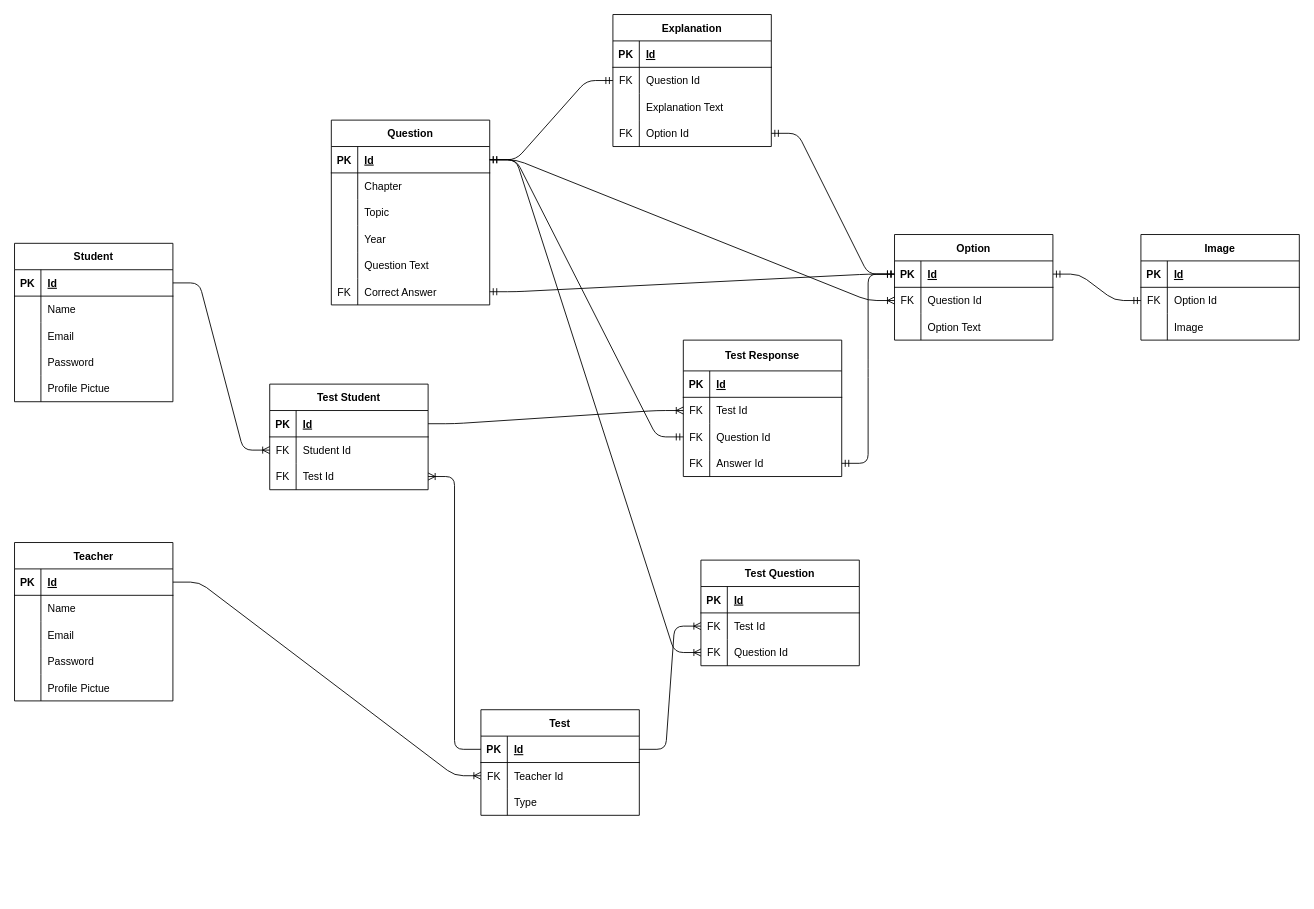
Above: ERDiagram.drawio in yanmyoaung2004/EduTestify (draw.io), before the change. Source tidied: cells renumbered, new cells numbered last; positions are measured from the earlier drawing's top-left corner, leaving out a move shared by most shapes. Both pictures are drawn from the tidied source at 88%, with x=0, y=0 at pixel (14, 14).
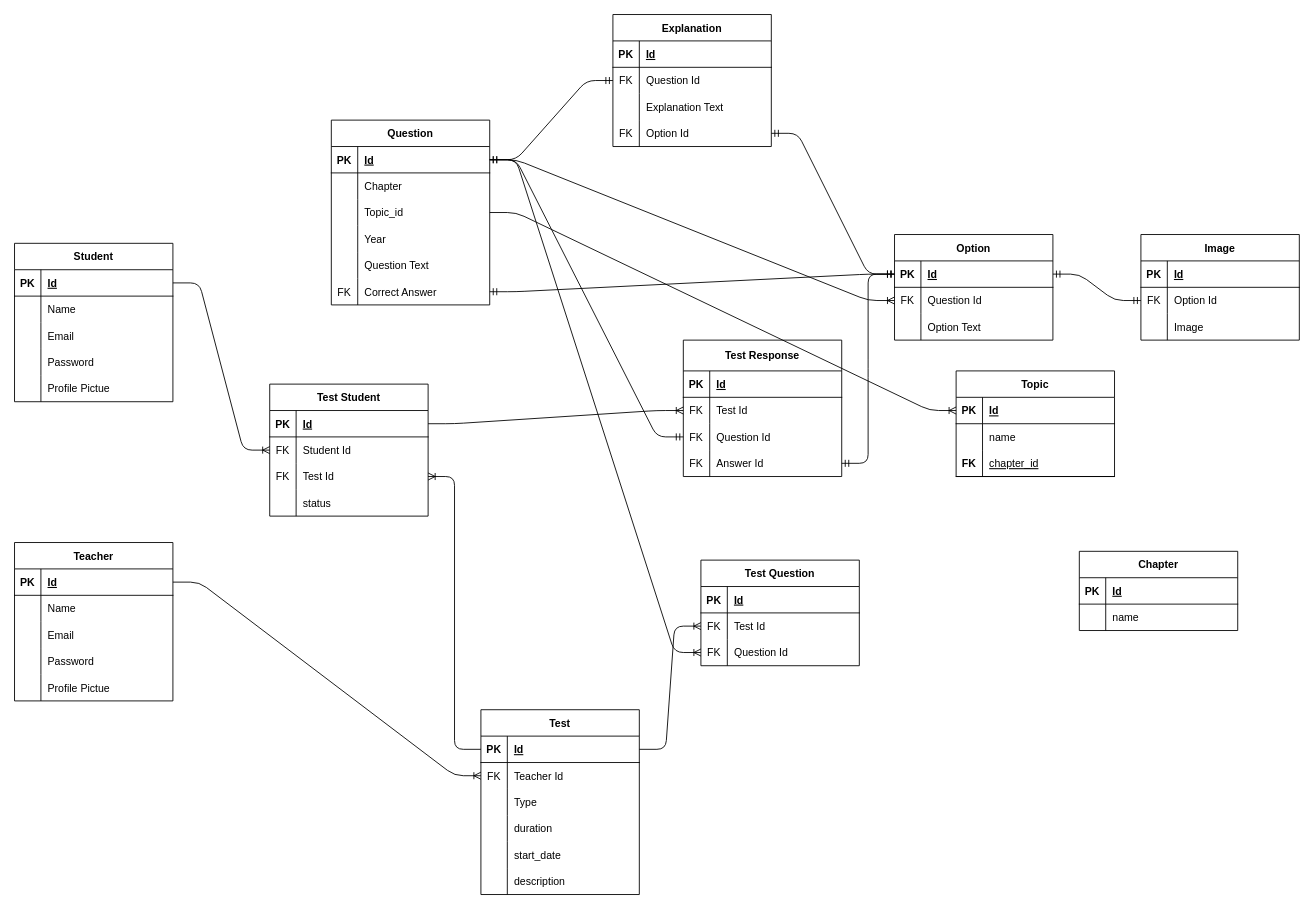
The same diagram, later.

The change refers to these unchanged cells:
```xml
<mxCell id="41" style="shape=tableRow;horizontal=0;startSize=0;swimlaneHead=0;swimlaneBody=0;fillColor=none;points=[[0,0.5],[1,0.5]];portConstraint=eastwest;top=0;left=0;right=0;bottom=0;" parent="34" vertex="1">
  <mxGeometry y="90" width="180" height="30" as="geometry" />
</mxCell>
```

Diff of the diagram source:
```diff
@@
-    <mxCell id="43" value="Topic" style="shape=partialRectangle;fillColor=none;top=0;left=0;bottom=0;right=0;align=left;spacingLeft=6;overflow=hidden;" parent="41" vertex="1">
+    <mxCell id="43" value="Topic_id" style="shape=partialRectangle;fillColor=none;top=0;left=0;bottom=0;right=0;align=left;spacingLeft=6;overflow=hidden;" parent="41" vertex="1">
       <mxGeometry x="30" width="150" height="30" as="geometry" />
     </mxCell>
@@
     <mxCell id="86" value="Test Student" style="shape=table;startSize=30;childLayout=tableLayout;rowLines=0;fontStyle=1;align=center;" parent="1" vertex="1">
-      <mxGeometry x="290" y="420" width="180" height="120" as="geometry" />
+      <mxGeometry x="290" y="420" width="180" height="150" as="geometry" />
     </mxCell>
@@
+    <mxCell id="142" style="shape=tableRow;horizontal=0;startSize=0;swimlaneHead=0;swimlaneBody=0;fillColor=none;top=0;left=0;right=0;bottom=0;" parent="86" vertex="1">
+      <mxGeometry y="120" width="180" height="30" as="geometry" />
+    </mxCell>
+    <mxCell id="143" style="shape=partialRectangle;fillColor=none;top=0;left=0;bottom=0;right=0;overflow=hidden;" parent="142" vertex="1">
+      <mxGeometry width="30" height="30" as="geometry" />
+    </mxCell>
+    <mxCell id="144" value="status" style="shape=partialRectangle;fillColor=none;top=0;left=0;bottom=0;right=0;align=left;spacingLeft=6;overflow=hidden;" parent="142" vertex="1">
+      <mxGeometry x="30" width="150" height="30" as="geometry" />
+    </mxCell>
@@
     <mxCell id="118" value="Test" style="shape=table;startSize=30;childLayout=tableLayout;rowLines=0;fontStyle=1;align=center;" parent="1" vertex="1">
-      <mxGeometry x="530" y="790" width="180" height="120" as="geometry" />
+      <mxGeometry x="530" y="790" width="180" height="210" as="geometry" />
     </mxCell>
@@
+    <mxCell id="145" style="shape=tableRow;horizontal=0;startSize=0;swimlaneHead=0;swimlaneBody=0;fillColor=none;top=0;left=0;right=0;bottom=0;" parent="118" vertex="1">
+      <mxGeometry y="120" width="180" height="30" as="geometry" />
+    </mxCell>
+    <mxCell id="146" style="shape=partialRectangle;fillColor=none;top=0;left=0;bottom=0;right=0;overflow=hidden;" parent="145" vertex="1">
+      <mxGeometry width="30" height="30" as="geometry" />
+    </mxCell>
+    <mxCell id="147" value="duration" style="shape=partialRectangle;fillColor=none;top=0;left=0;bottom=0;right=0;align=left;spacingLeft=6;overflow=hidden;" parent="145" vertex="1">
+      <mxGeometry x="30" width="150" height="30" as="geometry" />
+    </mxCell>
+    <mxCell id="148" style="shape=tableRow;horizontal=0;startSize=0;swimlaneHead=0;swimlaneBody=0;fillColor=none;top=0;left=0;right=0;bottom=0;" parent="118" vertex="1">
+      <mxGeometry y="150" width="180" height="30" as="geometry" />
+    </mxCell>
+    <mxCell id="149" style="shape=partialRectangle;fillColor=none;top=0;left=0;bottom=0;right=0;overflow=hidden;" parent="148" vertex="1">
+      <mxGeometry width="30" height="30" as="geometry" />
+    </mxCell>
+    <mxCell id="150" value="start_date" style="shape=partialRectangle;fillColor=none;top=0;left=0;bottom=0;right=0;align=left;spacingLeft=6;overflow=hidden;" parent="148" vertex="1">
+      <mxGeometry x="30" width="150" height="30" as="geometry" />
+    </mxCell>
+    <mxCell id="151" style="shape=tableRow;horizontal=0;startSize=0;swimlaneHead=0;swimlaneBody=0;fillColor=none;top=0;left=0;right=0;bottom=0;" parent="118" vertex="1">
+      <mxGeometry y="180" width="180" height="30" as="geometry" />
+    </mxCell>
+    <mxCell id="152" style="shape=partialRectangle;fillColor=none;top=0;left=0;bottom=0;right=0;overflow=hidden;" parent="151" vertex="1">
+      <mxGeometry width="30" height="30" as="geometry" />
+    </mxCell>
+    <mxCell id="153" value="description" style="shape=partialRectangle;fillColor=none;top=0;left=0;bottom=0;right=0;align=left;spacingLeft=6;overflow=hidden;" parent="151" vertex="1">
+      <mxGeometry x="30" width="150" height="30" as="geometry" />
+    </mxCell>
@@
+    <mxCell id="154" value="Chapter" style="shape=table;startSize=30;childLayout=tableLayout;rowLines=0;fontStyle=1;align=center;" parent="1" vertex="1">
+      <mxGeometry x="1210" y="610" width="180" height="90" as="geometry" />
+    </mxCell>
+    <mxCell id="155" style="shape=tableRow;horizontal=0;startSize=0;swimlaneHead=0;swimlaneBody=0;fillColor=none;top=0;left=0;right=0;bottom=1;" parent="154" vertex="1">
+      <mxGeometry y="30" width="180" height="30" as="geometry" />
+    </mxCell>
+    <mxCell id="156" value="PK" style="shape=partialRectangle;fillColor=none;top=0;left=0;bottom=0;right=0;fontStyle=1;overflow=hidden;" parent="155" vertex="1">
+      <mxGeometry width="30" height="30" as="geometry" />
+    </mxCell>
+    <mxCell id="157" value="Id" style="shape=partialRectangle;fillColor=none;top=0;left=0;bottom=0;right=0;align=left;spacingLeft=6;fontStyle=5;overflow=hidden;" parent="155" vertex="1">
+      <mxGeometry x="30" width="150" height="30" as="geometry" />
+    </mxCell>
+    <mxCell id="158" style="shape=tableRow;horizontal=0;startSize=0;swimlaneHead=0;swimlaneBody=0;fillColor=none;top=0;left=0;right=0;bottom=0;" parent="154" vertex="1">
+      <mxGeometry y="60" width="180" height="30" as="geometry" />
+    </mxCell>
+    <mxCell id="159" style="shape=partialRectangle;fillColor=none;top=0;left=0;bottom=0;right=0;overflow=hidden;" parent="158" vertex="1">
+      <mxGeometry width="30" height="30" as="geometry" />
+    </mxCell>
+    <mxCell id="160" value="name" style="shape=partialRectangle;fillColor=none;top=0;left=0;bottom=0;right=0;align=left;spacingLeft=6;overflow=hidden;" parent="158" vertex="1">
+      <mxGeometry x="30" width="150" height="30" as="geometry" />
+    </mxCell>
+    <mxCell id="161" value="Topic" style="shape=table;startSize=30;childLayout=tableLayout;rowLines=0;fontStyle=1;align=center;" parent="1" vertex="1">
+      <mxGeometry x="1070" y="405" width="180" height="120" as="geometry" />
+    </mxCell>
+    <mxCell id="162" style="shape=tableRow;horizontal=0;startSize=0;swimlaneHead=0;swimlaneBody=0;fillColor=none;points=[[0,0.5],[1,0.5]];portConstraint=eastwest;top=0;left=0;right=0;bottom=1;" parent="161" vertex="1">
+      <mxGeometry y="30" width="180" height="30" as="geometry" />
+    </mxCell>
+    <mxCell id="163" value="PK" style="shape=partialRectangle;fillColor=none;top=0;left=0;bottom=0;right=0;fontStyle=1;overflow=hidden;" parent="162" vertex="1">
+      <mxGeometry width="30" height="30" as="geometry" />
+    </mxCell>
+    <mxCell id="164" value="Id" style="shape=partialRectangle;fillColor=none;top=0;left=0;bottom=0;right=0;align=left;spacingLeft=6;fontStyle=5;overflow=hidden;" parent="162" vertex="1">
+      <mxGeometry x="30" width="150" height="30" as="geometry" />
+    </mxCell>
+    <mxCell id="165" style="shape=tableRow;horizontal=0;startSize=0;swimlaneHead=0;swimlaneBody=0;fillColor=none;top=0;left=0;right=0;bottom=0;" parent="161" vertex="1">
+      <mxGeometry y="60" width="180" height="30" as="geometry" />
+    </mxCell>
+    <mxCell id="166" style="shape=partialRectangle;fillColor=none;top=0;left=0;bottom=0;right=0;overflow=hidden;" parent="165" vertex="1">
+      <mxGeometry width="30" height="30" as="geometry" />
+    </mxCell>
+    <mxCell id="167" value="name" style="shape=partialRectangle;fillColor=none;top=0;left=0;bottom=0;right=0;align=left;spacingLeft=6;overflow=hidden;" parent="165" vertex="1">
+      <mxGeometry x="30" width="150" height="30" as="geometry" />
+    </mxCell>
+    <mxCell id="168" style="shape=tableRow;horizontal=0;startSize=0;swimlaneHead=0;swimlaneBody=0;fillColor=none;top=0;left=0;right=0;bottom=1;" parent="161" vertex="1">
+      <mxGeometry y="90" width="180" height="30" as="geometry" />
+    </mxCell>
+    <mxCell id="169" value="FK" style="shape=partialRectangle;fillColor=none;top=0;left=0;bottom=0;right=0;fontStyle=1;overflow=hidden;" parent="168" vertex="1">
+      <mxGeometry width="30" height="30" as="geometry" />
+    </mxCell>
+    <mxCell id="170" value="chapter_id" style="shape=partialRectangle;fillColor=none;top=0;left=0;bottom=0;right=0;align=left;spacingLeft=6;fontStyle=4;overflow=hidden;" parent="168" vertex="1">
+      <mxGeometry x="30" width="150" height="30" as="geometry" />
+    </mxCell>
+    <mxCell id="171" style="edgeStyle=entityRelationEdgeStyle;fontSize=12;html=1;endArrow=ERoneToMany;exitX=1;exitY=0.5;exitDx=0;exitDy=0;entryX=0;entryY=0.5;entryDx=0;entryDy=0;" parent="1" edge="1" source="41" target="162">
+      <mxGeometry relative="1" as="geometry" />
+    </mxCell>
```
